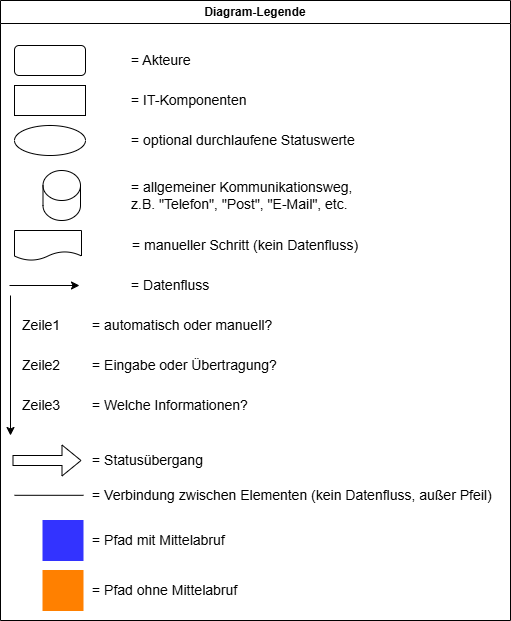
it-at-m/stadtbezirksbudget keeps this draw.io diagram as docs/src/about/dataflow-diagram/diagram-legend.png. Above is the earlier version. Source tidied: cells renumbered, new cells last; positions are measured from the earlier drawing's top-left corner, leaving out a move shared by most shapes. Its diagram source:
```xml
<mxGraphModel>
  <root>
    <mxCell id="0" />
    <mxCell id="1" parent="0" />
    <mxCell id="2" value="Diagram-Legende" style="swimlane;whiteSpace=wrap;html=1;" parent="1" vertex="1">
      <mxGeometry width="510" height="620" as="geometry" />
    </mxCell>
    <mxCell id="3" style="rounded=1;whiteSpace=wrap;html=1;" parent="2" vertex="1">
      <mxGeometry x="14" y="45" width="71" height="30" as="geometry" />
    </mxCell>
    <mxCell id="4" style="ellipse;whiteSpace=wrap;html=1;" parent="2" vertex="1">
      <mxGeometry x="14" y="125" width="71" height="30" as="geometry" />
    </mxCell>
    <mxCell id="5" style="rounded=0;whiteSpace=wrap;html=1;" parent="2" vertex="1">
      <mxGeometry x="14" y="85" width="71" height="30" as="geometry" />
    </mxCell>
    <mxCell id="6" style="endArrow=classic;html=1;rounded=0;" parent="2" edge="1">
      <mxGeometry relative="1" as="geometry">
        <mxPoint x="9" y="285" as="sourcePoint" />
        <mxPoint x="79" y="285" as="targetPoint" />
      </mxGeometry>
    </mxCell>
    <mxCell id="7" value="&lt;font style=&quot;font-size: 14px;&quot;&gt;= Akteure&lt;/font&gt;" style="text;html=1;align=left;verticalAlign=middle;strokeColor=none;fillColor=none;" parent="2" vertex="1">
      <mxGeometry x="129" y="45" width="80" height="30" as="geometry" />
    </mxCell>
    <mxCell id="8" value="&lt;font style=&quot;font-size: 14px;&quot;&gt;= IT-Komponenten&lt;/font&gt;" style="text;html=1;align=left;verticalAlign=middle;strokeColor=none;fillColor=none;" parent="2" vertex="1">
      <mxGeometry x="129" y="85" width="140" height="30" as="geometry" />
    </mxCell>
    <mxCell id="9" value="&lt;font style=&quot;font-size: 14px;&quot;&gt;= optional durchlaufene Statuswerte&lt;/font&gt;" style="text;html=1;align=left;verticalAlign=middle;strokeColor=none;fillColor=none;" parent="2" vertex="1">
      <mxGeometry x="129" y="125" width="250" height="30" as="geometry" />
    </mxCell>
    <mxCell id="10" value="&lt;font style=&quot;font-size: 14px;&quot;&gt;= manueller Schritt (kein Datenfluss)&lt;/font&gt;" style="text;html=1;align=left;verticalAlign=middle;strokeColor=none;fillColor=none;" parent="2" vertex="1">
      <mxGeometry x="130" y="230" width="250" height="30" as="geometry" />
    </mxCell>
    <mxCell id="11" value="&lt;font style=&quot;font-size: 14px;&quot;&gt;Zeile1&lt;/font&gt;" style="text;html=1;align=left;verticalAlign=middle;strokeColor=none;fillColor=none;" parent="2" vertex="1">
      <mxGeometry x="20" y="310" width="60" height="30" as="geometry" />
    </mxCell>
    <mxCell id="12" value="&lt;font style=&quot;font-size: 14px;&quot;&gt;Zeile2&lt;/font&gt;" style="text;html=1;align=left;verticalAlign=middle;strokeColor=none;fillColor=none;" parent="2" vertex="1">
      <mxGeometry x="20" y="350" width="60" height="30" as="geometry" />
    </mxCell>
    <mxCell id="13" value="&lt;font style=&quot;font-size: 14px;&quot;&gt;Zeile3&lt;/font&gt;" style="text;html=1;align=left;verticalAlign=middle;strokeColor=none;fillColor=none;" parent="2" vertex="1">
      <mxGeometry x="20" y="390" width="60" height="30" as="geometry" />
    </mxCell>
    <mxCell id="14" value="&lt;font style=&quot;font-size: 14px;&quot;&gt;= automatisch oder manuell?&lt;/font&gt;" style="text;html=1;align=left;verticalAlign=middle;strokeColor=none;fillColor=none;" parent="2" vertex="1">
      <mxGeometry x="90" y="310" width="200" height="30" as="geometry" />
    </mxCell>
    <mxCell id="15" style="endArrow=classic;html=1;rounded=0;" parent="2" edge="1">
      <mxGeometry relative="1" as="geometry">
        <mxPoint x="10" y="295" as="sourcePoint" />
        <mxPoint x="10" y="435" as="targetPoint" />
      </mxGeometry>
    </mxCell>
    <mxCell id="16" value="&lt;font style=&quot;font-size: 14px;&quot;&gt;= Eingabe oder Übertragung?&lt;/font&gt;" style="text;html=1;align=left;verticalAlign=middle;strokeColor=none;fillColor=none;" parent="2" vertex="1">
      <mxGeometry x="90" y="350" width="210" height="30" as="geometry" />
    </mxCell>
    <mxCell id="17" value="&lt;font style=&quot;font-size: 14px;&quot;&gt;= Welche Informationen?&lt;/font&gt;" style="text;html=1;align=left;verticalAlign=middle;strokeColor=none;fillColor=none;" parent="2" vertex="1">
      <mxGeometry x="90" y="390" width="180" height="30" as="geometry" />
    </mxCell>
    <mxCell id="18" style="shape=cylinder3;whiteSpace=wrap;html=1;boundedLbl=1;backgroundOutline=1;size=15;" parent="2" vertex="1">
      <mxGeometry x="42.5" y="170" width="37.5" height="50" as="geometry" />
    </mxCell>
    <mxCell id="19" value="&lt;font style=&quot;font-size: 14px;&quot;&gt;= allgemeiner Kommunikations&lt;/font&gt;&lt;span style=&quot;font-size: 14px; background-color: transparent; color: light-dark(rgb(0, 0, 0), rgb(255, 255, 255));&quot;&gt;weg,&lt;/span&gt;&lt;div&gt;&lt;span style=&quot;background-color: transparent; color: light-dark(rgb(0, 0, 0), rgb(255, 255, 255)); font-size: 14px;&quot;&gt;z.B. &quot;Telefon&quot;, &quot;Post&quot;, &quot;E-Mail&quot;, etc.&amp;nbsp;&lt;/span&gt;&lt;/div&gt;" style="text;html=1;align=left;verticalAlign=middle;strokeColor=none;fillColor=none;" parent="2" vertex="1">
      <mxGeometry x="129" y="170" width="240" height="50" as="geometry" />
    </mxCell>
    <mxCell id="20" style="shape=document;whiteSpace=wrap;html=1;boundedLbl=1;" parent="2" vertex="1">
      <mxGeometry x="14" y="230" width="67" height="30" as="geometry" />
    </mxCell>
    <mxCell id="21" value="&lt;font style=&quot;font-size: 14px;&quot;&gt;= Datenfluss&lt;/font&gt;" style="text;html=1;align=left;verticalAlign=middle;strokeColor=none;fillColor=none;" parent="2" vertex="1">
      <mxGeometry x="129" y="270" width="100" height="30" as="geometry" />
    </mxCell>
    <mxCell id="22" style="shape=flexArrow;endArrow=classic;html=1;rounded=0;" parent="2" edge="1">
      <mxGeometry relative="1" as="geometry">
        <mxPoint x="12" y="460" as="sourcePoint" />
        <mxPoint x="81" y="460" as="targetPoint" />
      </mxGeometry>
    </mxCell>
    <mxCell id="23" value="&lt;font style=&quot;font-size: 14px;&quot;&gt;= Statusübergang&lt;/font&gt;" style="text;html=1;align=left;verticalAlign=middle;strokeColor=none;fillColor=none;" parent="2" vertex="1">
      <mxGeometry x="90" y="445" width="130" height="30" as="geometry" />
    </mxCell>
    <mxCell id="24" style="endArrow=none;html=1;rounded=0;" parent="2" edge="1">
      <mxGeometry relative="1" as="geometry">
        <mxPoint x="14" y="494.8" as="sourcePoint" />
        <mxPoint x="83" y="494.8" as="targetPoint" />
      </mxGeometry>
    </mxCell>
    <mxCell id="25" value="&lt;font style=&quot;font-size: 14px;&quot;&gt;= Verbindung zwischen Elementen (kein Datenfluss, außer Pfeil)&lt;/font&gt;" style="text;html=1;align=left;verticalAlign=middle;strokeColor=none;fillColor=none;" parent="2" vertex="1">
      <mxGeometry x="90" y="480" width="420" height="30" as="geometry" />
    </mxCell>
    <mxCell id="26" style="whiteSpace=wrap;html=1;fillColor=#3333FF;strokeColor=#3333FF;" parent="2" vertex="1">
      <mxGeometry x="42.5" y="520" width="40" height="40" as="geometry" />
    </mxCell>
    <mxCell id="27" style="whiteSpace=wrap;html=1;fillColor=#FF8000;strokeColor=#FF8000;" parent="2" vertex="1">
      <mxGeometry x="42.5" y="570" width="40" height="40" as="geometry" />
    </mxCell>
    <mxCell id="28" value="&lt;font style=&quot;font-size: 14px;&quot;&gt;= Pfad mit Mittelabruf&lt;/font&gt;" style="text;html=1;align=left;verticalAlign=middle;strokeColor=none;fillColor=none;" parent="2" vertex="1">
      <mxGeometry x="90" y="525" width="160" height="30" as="geometry" />
    </mxCell>
    <mxCell id="29" value="&lt;font style=&quot;font-size: 14px;&quot;&gt;= Pfad ohne Mittelabruf&lt;/font&gt;" style="text;html=1;align=left;verticalAlign=middle;strokeColor=none;fillColor=none;" parent="2" vertex="1">
      <mxGeometry x="90" y="575" width="170" height="30" as="geometry" />
    </mxCell>
  </root>
</mxGraphModel>
```
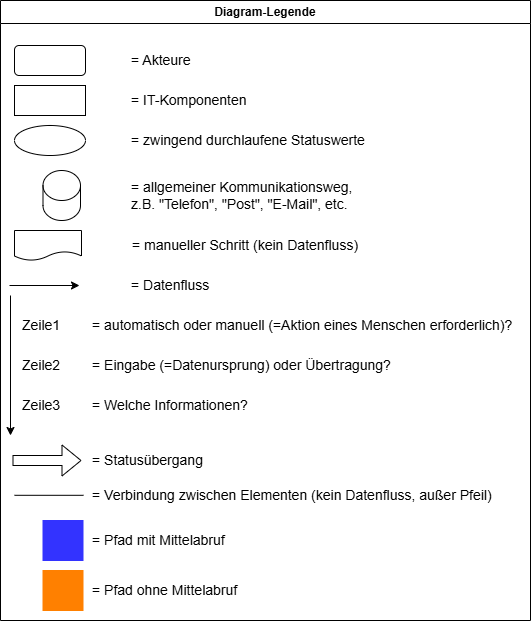
After the commit.

The edit, as a diff of the source:
```diff
@@ -3,7 +3,7 @@
     <mxCell id="0" />
     <mxCell id="1" parent="0" />
     <mxCell id="2" value="Diagram-Legende" style="swimlane;whiteSpace=wrap;html=1;" parent="1" vertex="1">
-      <mxGeometry width="510" height="620" as="geometry" />
+      <mxGeometry width="530" height="620" as="geometry" />
     </mxCell>
     <mxCell id="3" style="rounded=1;whiteSpace=wrap;html=1;" parent="2" vertex="1">
       <mxGeometry x="14" y="45" width="71" height="30" as="geometry" />
@@ -26,8 +26,8 @@
     <mxCell id="8" value="&lt;font style=&quot;font-size: 14px;&quot;&gt;= IT-Komponenten&lt;/font&gt;" style="text;html=1;align=left;verticalAlign=middle;strokeColor=none;fillColor=none;" parent="2" vertex="1">
       <mxGeometry x="129" y="85" width="140" height="30" as="geometry" />
     </mxCell>
-    <mxCell id="9" value="&lt;font style=&quot;font-size: 14px;&quot;&gt;= optional durchlaufene Statuswerte&lt;/font&gt;" style="text;html=1;align=left;verticalAlign=middle;strokeColor=none;fillColor=none;" parent="2" vertex="1">
-      <mxGeometry x="129" y="125" width="250" height="30" as="geometry" />
+    <mxCell id="9" value="&lt;font style=&quot;font-size: 14px;&quot;&gt;= zwingend durchlaufene Statuswerte&lt;/font&gt;" style="text;html=1;align=left;verticalAlign=middle;strokeColor=none;fillColor=none;" parent="2" vertex="1">
+      <mxGeometry x="129" y="125" width="260" height="30" as="geometry" />
     </mxCell>
     <mxCell id="10" value="&lt;font style=&quot;font-size: 14px;&quot;&gt;= manueller Schritt (kein Datenfluss)&lt;/font&gt;" style="text;html=1;align=left;verticalAlign=middle;strokeColor=none;fillColor=none;" parent="2" vertex="1">
       <mxGeometry x="130" y="230" width="250" height="30" as="geometry" />
@@ -41,8 +41,8 @@
     <mxCell id="13" value="&lt;font style=&quot;font-size: 14px;&quot;&gt;Zeile3&lt;/font&gt;" style="text;html=1;align=left;verticalAlign=middle;strokeColor=none;fillColor=none;" parent="2" vertex="1">
       <mxGeometry x="20" y="390" width="60" height="30" as="geometry" />
     </mxCell>
-    <mxCell id="14" value="&lt;font style=&quot;font-size: 14px;&quot;&gt;= automatisch oder manuell?&lt;/font&gt;" style="text;html=1;align=left;verticalAlign=middle;strokeColor=none;fillColor=none;" parent="2" vertex="1">
-      <mxGeometry x="90" y="310" width="200" height="30" as="geometry" />
+    <mxCell id="14" value="&lt;font style=&quot;font-size: 14px;&quot;&gt;= automatisch oder manuell (=Aktion eines Menschen erforderlich)?&lt;/font&gt;" style="text;html=1;align=left;verticalAlign=middle;strokeColor=none;fillColor=none;" parent="2" vertex="1">
+      <mxGeometry x="90" y="310" width="440" height="30" as="geometry" />
     </mxCell>
     <mxCell id="15" style="endArrow=classic;html=1;rounded=0;" parent="2" edge="1">
       <mxGeometry relative="1" as="geometry">
@@ -50,8 +50,8 @@
         <mxPoint x="10" y="435" as="targetPoint" />
       </mxGeometry>
     </mxCell>
-    <mxCell id="16" value="&lt;font style=&quot;font-size: 14px;&quot;&gt;= Eingabe oder Übertragung?&lt;/font&gt;" style="text;html=1;align=left;verticalAlign=middle;strokeColor=none;fillColor=none;" parent="2" vertex="1">
-      <mxGeometry x="90" y="350" width="210" height="30" as="geometry" />
+    <mxCell id="16" value="&lt;font style=&quot;font-size: 14px;&quot;&gt;= Eingabe (=Datenursprung) oder Übertragung?&lt;/font&gt;" style="text;html=1;align=left;verticalAlign=middle;strokeColor=none;fillColor=none;" parent="2" vertex="1">
+      <mxGeometry x="90" y="350" width="320" height="30" as="geometry" />
     </mxCell>
     <mxCell id="17" value="&lt;font style=&quot;font-size: 14px;&quot;&gt;= Welche Informationen?&lt;/font&gt;" style="text;html=1;align=left;verticalAlign=middle;strokeColor=none;fillColor=none;" parent="2" vertex="1">
       <mxGeometry x="90" y="390" width="180" height="30" as="geometry" />
```
